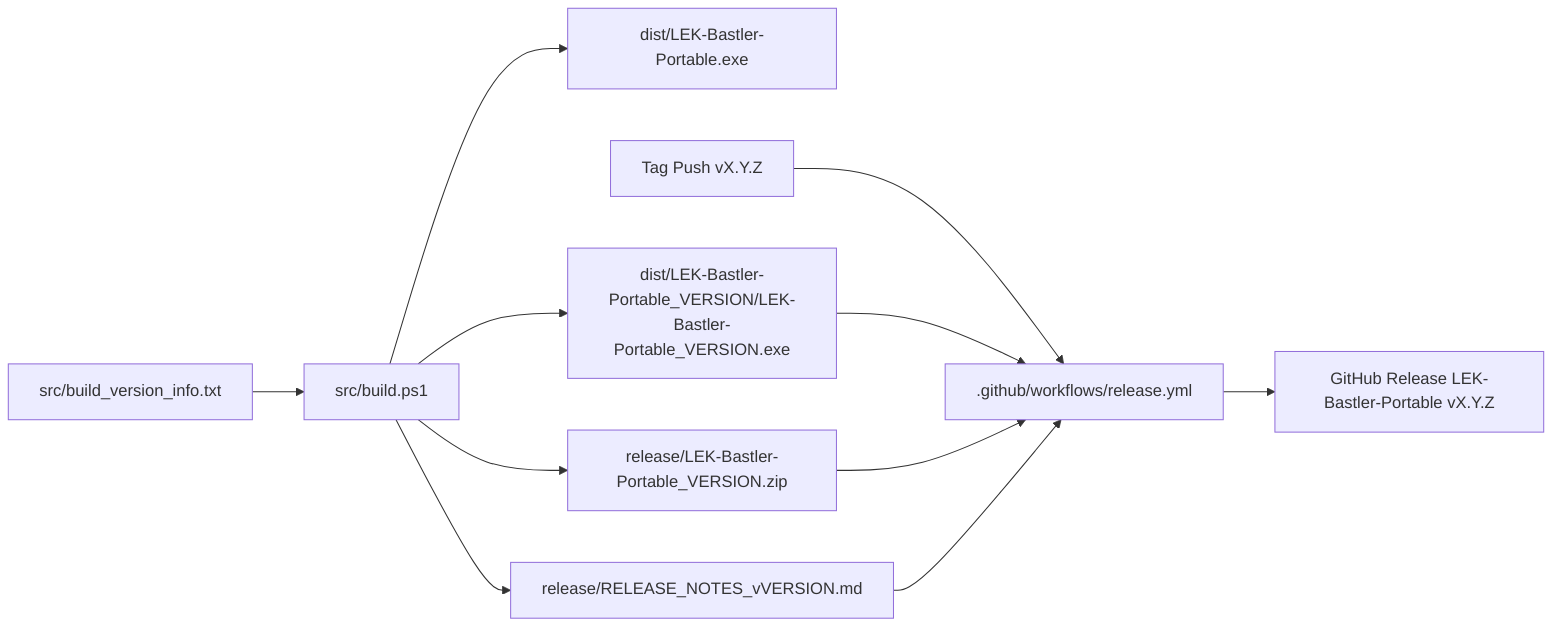
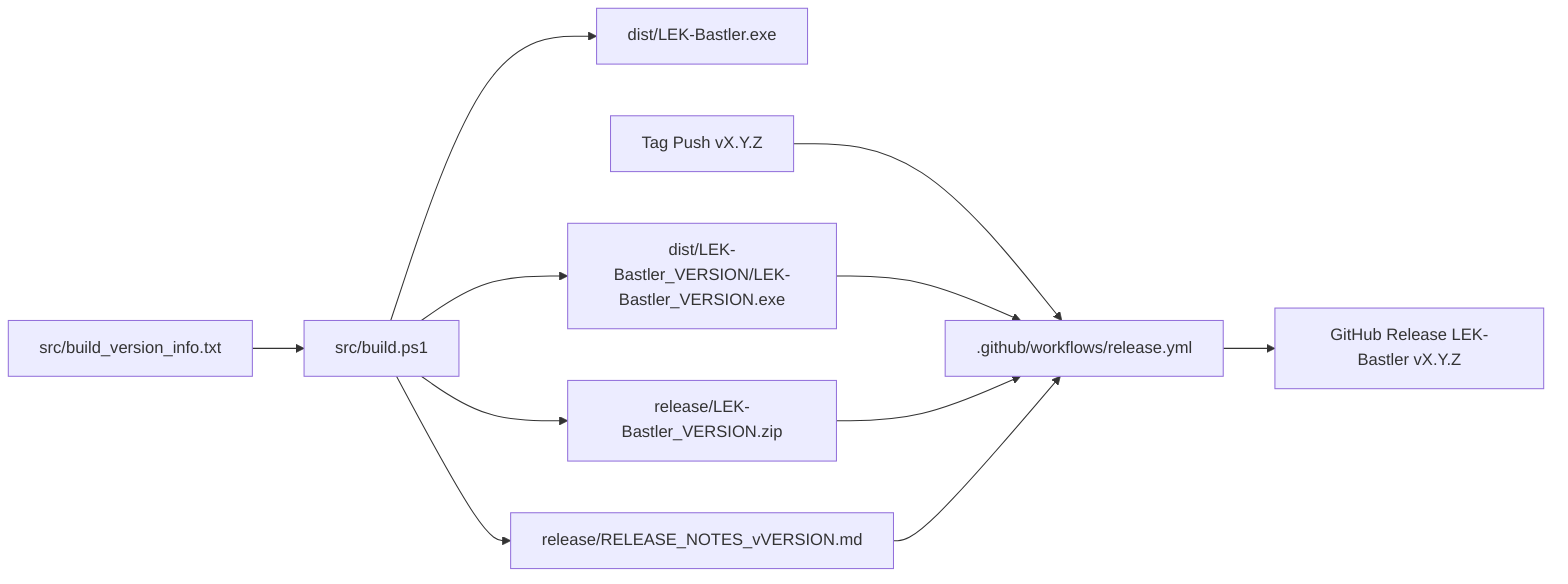
flowchart LR
    A[src/build_version_info.txt] --> B[src/build.ps1]
-     B --> C[dist/LEK-Bastler-Portable.exe]
-     B --> D[dist/LEK-Bastler-Portable_VERSION/LEK-Bastler-Portable_VERSION.exe]
-     B --> E[release/LEK-Bastler-Portable_VERSION.zip]
+     B --> C[dist/LEK-Bastler.exe]
+     B --> D[dist/LEK-Bastler_VERSION/LEK-Bastler_VERSION.exe]
+     B --> E[release/LEK-Bastler_VERSION.zip]
    B --> F[release/RELEASE_NOTES_vVERSION.md]
    G[Tag Push vX.Y.Z] --> H[.github/workflows/release.yml]
    D --> H
    E --> H
    F --> H
-     H --> I[GitHub Release LEK-Bastler-Portable vX.Y.Z]
+     H --> I[GitHub Release LEK-Bastler vX.Y.Z]
